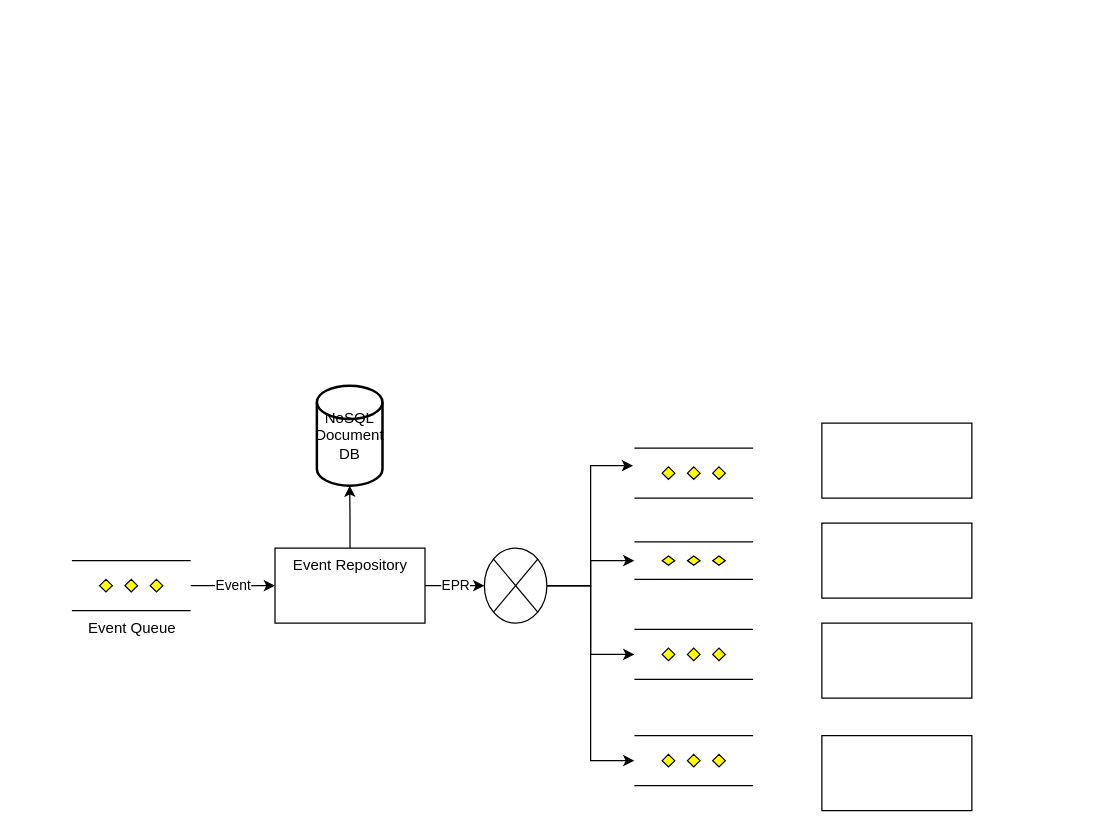
tripathiparitosh/mytestproj keeps this draw.io diagram as page "Page-1" (1 of 2) of Untitled Diagram.drawio. Above is the earlier version. Source tidied: cells renumbered, new cells numbered last; positions are measured from the earlier drawing's top-left corner, leaving out a move shared by most shapes. Both pictures are drawn from the tidied source at 125%, with x=0, y=0 at pixel (71, 385).
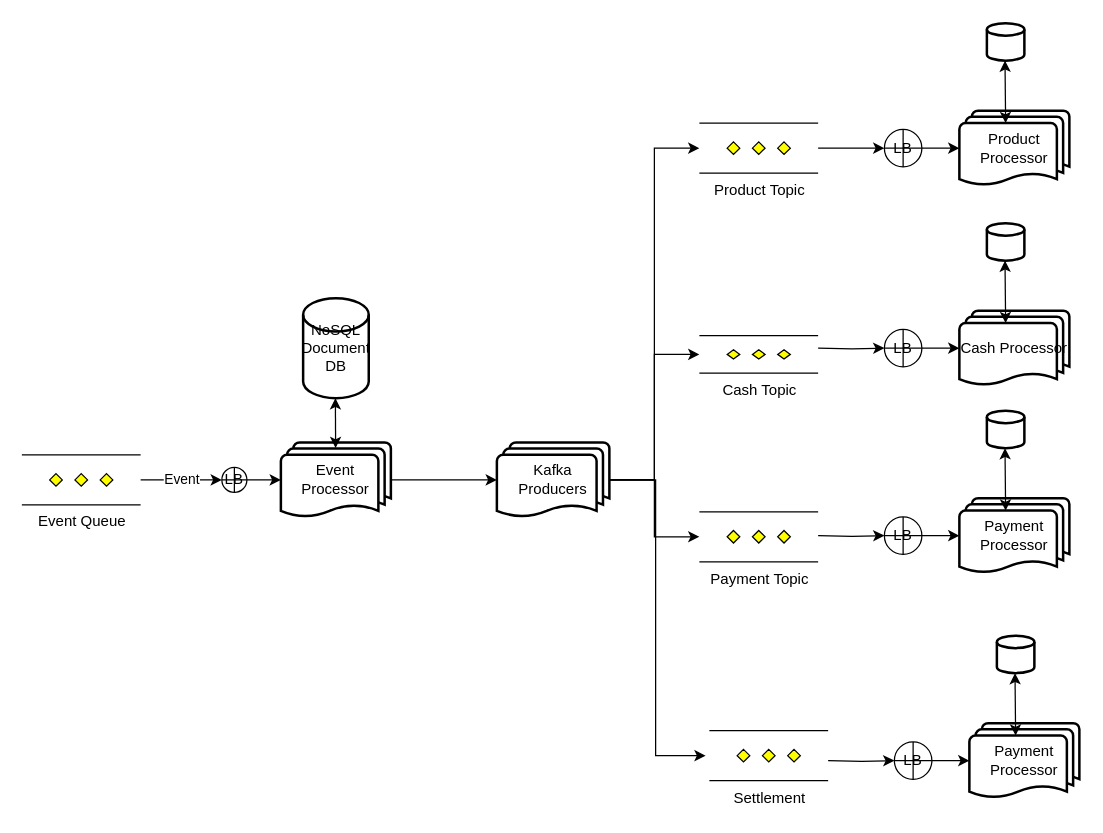
The same diagram, later.

What changed in the source:
```diff
@@
-    <mxCell id="2" value="Event" style="edgeStyle=orthogonalEdgeStyle;rounded=0;jettySize=auto;html=1;" parent="1" edge="1" source="3" target="6">
+    <mxCell id="2" value="Event" style="edgeStyle=orthogonalEdgeStyle;rounded=0;jettySize=auto;html=1;exitX=1;exitY=0.5;exitDx=0;exitDy=0;exitPerimeter=0;entryX=0;entryY=0.5;entryDx=0;entryDy=0;" parent="1" edge="1" source="3" target="29">
       <mxGeometry relative="1" as="geometry" />
     </mxCell>
     <mxCell id="3" value="Event Queue" style="verticalLabelPosition=bottom;verticalAlign=top;html=1;shape=mxgraph.flowchart.parallel_mode;" parent="1" vertex="1">
-      <mxGeometry y="140" width="95" height="40" as="geometry" />
+      <mxGeometry x="-40" y="55.4" width="95" height="40" as="geometry" />
     </mxCell>
-    <mxCell id="4" style="edgeStyle=orthogonalEdgeStyle;rounded=0;jettySize=auto;html=1;entryX=0.5;entryY=1;entryDx=0;entryDy=0;entryPerimeter=0;" parent="1" edge="1" source="6" target="7">
-      <mxGeometry relative="1" as="geometry" />
-    </mxCell>
-    <mxCell id="5" value="EPR" style="edgeStyle=orthogonalEdgeStyle;rounded=0;jettySize=auto;html=1;exitX=1;exitY=0.5;exitDx=0;exitDy=0;entryX=0;entryY=0.5;entryDx=0;entryDy=0;entryPerimeter=0;" parent="1" edge="1" source="6" target="12">
-      <mxGeometry relative="1" as="geometry" />
-    </mxCell>
-    <mxCell id="6" value="Event Repository" style="whiteSpace=wrap;html=1;verticalAlign=top;" parent="1" vertex="1">
-      <mxGeometry x="162.5" y="130" width="120" height="60" as="geometry" />
-    </mxCell>
     <mxCell id="7" value="NoSQL Document DB" style="strokeWidth=2;html=1;shape=mxgraph.flowchart.database;whiteSpace=wrap;" parent="1" vertex="1">
-      <mxGeometry x="196" width="52.5" height="80" as="geometry" />
+      <mxGeometry x="185" y="-70" width="52.5" height="80" as="geometry" />
     </mxCell>
-    <mxCell id="8" style="edgeStyle=orthogonalEdgeStyle;rounded=0;jettySize=auto;html=1;entryX=-0.011;entryY=0.35;entryDx=0;entryDy=0;entryPerimeter=0;" parent="1" edge="1" source="12" target="13">
-      <mxGeometry relative="1" as="geometry" />
-    </mxCell>
-    <mxCell id="9" style="edgeStyle=orthogonalEdgeStyle;rounded=0;jettySize=auto;html=1;entryX=0;entryY=0.5;entryDx=0;entryDy=0;entryPerimeter=0;" parent="1" edge="1" source="12" target="14">
-      <mxGeometry relative="1" as="geometry" />
-    </mxCell>
-    <mxCell id="10" style="edgeStyle=orthogonalEdgeStyle;rounded=0;jettySize=auto;html=1;entryX=0;entryY=0.5;entryDx=0;entryDy=0;entryPerimeter=0;" parent="1" edge="1" source="12" target="15">
-      <mxGeometry relative="1" as="geometry" />
-    </mxCell>
-    <mxCell id="11" style="edgeStyle=orthogonalEdgeStyle;rounded=0;jettySize=auto;html=1;entryX=0;entryY=0.5;entryDx=0;entryDy=0;entryPerimeter=0;" parent="1" edge="1" source="12" target="16">
-      <mxGeometry relative="1" as="geometry" />
-    </mxCell>
-    <mxCell id="12" style="verticalLabelPosition=bottom;verticalAlign=top;html=1;shape=mxgraph.flowchart.or;" parent="1" vertex="1">
-      <mxGeometry x="330" y="130" width="50" height="60" as="geometry" />
-    </mxCell>
+    <mxCell id="21" style="edgeStyle=orthogonalEdgeStyle;rounded=0;jettySize=auto;html=1;exitX=1;exitY=0.5;exitDx=0;exitDy=0;exitPerimeter=0;" parent="1" edge="1" source="13" target="36">
+      <mxGeometry relative="1" as="geometry" />
+    </mxCell>
-    <mxCell id="13" style="verticalLabelPosition=bottom;verticalAlign=top;html=1;shape=mxgraph.flowchart.parallel_mode;" parent="1" vertex="1">
-      <mxGeometry x="450" y="50" width="95" height="40" as="geometry" />
+    <mxCell id="13" value="Product Topic" style="verticalLabelPosition=bottom;verticalAlign=top;html=1;shape=mxgraph.flowchart.parallel_mode;" parent="1" vertex="1">
+      <mxGeometry x="502" y="-210" width="95" height="40" as="geometry" />
     </mxCell>
-    <mxCell id="14" style="verticalLabelPosition=bottom;verticalAlign=top;html=1;shape=mxgraph.flowchart.parallel_mode;" parent="1" vertex="1">
-      <mxGeometry x="450" y="125" width="95" height="30" as="geometry" />
+    <mxCell id="14" value="Cash Topic" style="verticalLabelPosition=bottom;verticalAlign=top;html=1;shape=mxgraph.flowchart.parallel_mode;" parent="1" vertex="1">
+      <mxGeometry x="502" y="-40" width="95" height="30" as="geometry" />
     </mxCell>
-    <mxCell id="15" style="verticalLabelPosition=bottom;verticalAlign=top;html=1;shape=mxgraph.flowchart.parallel_mode;" parent="1" vertex="1">
-      <mxGeometry x="450" y="195" width="95" height="40" as="geometry" />
+    <mxCell id="15" value="Payment Topic" style="verticalLabelPosition=bottom;verticalAlign=top;html=1;shape=mxgraph.flowchart.parallel_mode;" parent="1" vertex="1">
+      <mxGeometry x="502" y="100.9" width="95" height="40" as="geometry" />
     </mxCell>
-    <mxCell id="16" style="verticalLabelPosition=bottom;verticalAlign=top;html=1;shape=mxgraph.flowchart.parallel_mode;" parent="1" vertex="1">
-      <mxGeometry x="450" y="280" width="95" height="40" as="geometry" />
+    <mxCell id="16" value="Settlement" style="verticalLabelPosition=bottom;verticalAlign=top;html=1;shape=mxgraph.flowchart.parallel_mode;" parent="1" vertex="1">
+      <mxGeometry x="510" y="276" width="95" height="40" as="geometry" />
     </mxCell>
-    <mxCell id="17" style="verticalLabelPosition=bottom;verticalAlign=top;html=1;shape=mxgraph.basic.rect;fillColor2=none;strokeWidth=1;size=20;indent=5;" parent="1" vertex="1">
-      <mxGeometry x="600" y="30" width="120" height="60" as="geometry" />
-    </mxCell>
-    <mxCell id="18" style="verticalLabelPosition=bottom;verticalAlign=top;html=1;shape=mxgraph.basic.rect;fillColor2=none;strokeWidth=1;size=20;indent=5;" parent="1" vertex="1">
-      <mxGeometry x="600" y="110" width="120" height="60" as="geometry" />
-    </mxCell>
-    <mxCell id="19" style="verticalLabelPosition=bottom;verticalAlign=top;html=1;shape=mxgraph.basic.rect;fillColor2=none;strokeWidth=1;size=20;indent=5;" parent="1" vertex="1">
-      <mxGeometry x="600" y="190" width="120" height="60" as="geometry" />
-    </mxCell>
-    <mxCell id="20" style="verticalLabelPosition=bottom;verticalAlign=top;html=1;shape=mxgraph.basic.rect;fillColor2=none;strokeWidth=1;size=20;indent=5;" parent="1" vertex="1">
-      <mxGeometry x="600" y="280" width="120" height="60" as="geometry" />
-    </mxCell>
+    <mxCell id="22" style="edgeStyle=orthogonalEdgeStyle;rounded=0;jettySize=auto;html=1;entryX=0;entryY=0.5;entryDx=0;entryDy=0;entryPerimeter=0;" parent="1" edge="1" source="26" target="13">
+      <mxGeometry relative="1" as="geometry" />
+    </mxCell>
+    <mxCell id="23" style="edgeStyle=orthogonalEdgeStyle;rounded=0;jettySize=auto;html=1;entryX=0;entryY=0.5;entryDx=0;entryDy=0;entryPerimeter=0;" parent="1" edge="1" source="26" target="14">
+      <mxGeometry relative="1" as="geometry" />
+    </mxCell>
+    <mxCell id="24" style="edgeStyle=orthogonalEdgeStyle;rounded=0;jettySize=auto;html=1;exitX=1;exitY=0.5;exitDx=0;exitDy=0;exitPerimeter=0;entryX=0;entryY=0.5;entryDx=0;entryDy=0;entryPerimeter=0;" parent="1" edge="1" source="26" target="15">
+      <mxGeometry relative="1" as="geometry" />
+    </mxCell>
+    <mxCell id="25" style="edgeStyle=orthogonalEdgeStyle;rounded=0;orthogonalLoop=1;jettySize=auto;html=1;entryX=0;entryY=0.5;entryDx=0;entryDy=0;entryPerimeter=0;" parent="1" edge="1">
+      <mxGeometry relative="1" as="geometry">
+        <mxPoint x="427" y="75.4" as="sourcePoint" />
+        <mxPoint x="507" y="296" as="targetPoint" />
+        <Array as="points">
+          <mxPoint x="467" y="75" />
+          <mxPoint x="467" y="296" />
+        </Array>
+      </mxGeometry>
+    </mxCell>
+    <mxCell id="26" value="Kafka Producers" style="strokeWidth=2;html=1;shape=mxgraph.flowchart.multi-document;whiteSpace=wrap;" parent="1" vertex="1">
+      <mxGeometry x="340" y="45.4" width="90" height="60" as="geometry" />
+    </mxCell>
+    <mxCell id="27" style="strokeWidth=2;html=1;shape=mxgraph.flowchart.database;whiteSpace=wrap;" parent="1" vertex="1">
+      <mxGeometry x="732" y="-290" width="30" height="30" as="geometry" />
+    </mxCell>
+    <mxCell id="28" style="edgeStyle=orthogonalEdgeStyle;rounded=0;jettySize=auto;html=1;entryX=0;entryY=0.5;entryDx=0;entryDy=0;entryPerimeter=0;" parent="1" edge="1" source="29" target="31">
+      <mxGeometry relative="1" as="geometry" />
+    </mxCell>
+    <mxCell id="29" value="LB" style="shape=orEllipse;perimeter=ellipsePerimeter;whiteSpace=wrap;html=1;backgroundOutline=1;" parent="1" vertex="1">
+      <mxGeometry x="120" y="65.4" width="20" height="20" as="geometry" />
+    </mxCell>
+    <mxCell id="30" style="edgeStyle=orthogonalEdgeStyle;rounded=0;jettySize=auto;html=1;entryX=0;entryY=0.5;entryDx=0;entryDy=0;entryPerimeter=0;" parent="1" edge="1" source="31" target="26">
+      <mxGeometry relative="1" as="geometry" />
+    </mxCell>
+    <mxCell id="31" value="Event Processor" style="strokeWidth=2;html=1;shape=mxgraph.flowchart.multi-document;whiteSpace=wrap;" parent="1" vertex="1">
+      <mxGeometry x="167.2" y="45.4" width="88" height="60" as="geometry" />
+    </mxCell>
+    <mxCell id="32" value="Product Processor" style="strokeWidth=2;html=1;shape=mxgraph.flowchart.multi-document;whiteSpace=wrap;" parent="1" vertex="1">
+      <mxGeometry x="710" y="-220" width="88" height="60" as="geometry" />
+    </mxCell>
+    <mxCell id="33" style="endArrow=classic;startArrow=classic;html=1;" parent="1" edge="1">
+      <mxGeometry relative="1" as="geometry">
+        <mxPoint x="211" y="50" as="sourcePoint" />
+        <mxPoint x="210.8" y="10" as="targetPoint" />
+      </mxGeometry>
+    </mxCell>
+    <mxCell id="34" style="endArrow=classic;startArrow=classic;html=1;" parent="1" edge="1">
+      <mxGeometry relative="1" as="geometry">
+        <mxPoint x="747" y="-210" as="sourcePoint" />
+        <mxPoint x="746.5" y="-260" as="targetPoint" />
+      </mxGeometry>
+    </mxCell>
+    <mxCell id="35" style="edgeStyle=orthogonalEdgeStyle;rounded=0;jettySize=auto;html=1;exitX=1;exitY=0.5;exitDx=0;exitDy=0;entryX=0;entryY=0.5;entryDx=0;entryDy=0;entryPerimeter=0;" parent="1" edge="1" source="36" target="32">
+      <mxGeometry relative="1" as="geometry" />
+    </mxCell>
+    <mxCell id="36" value="LB" style="shape=orEllipse;perimeter=ellipsePerimeter;whiteSpace=wrap;html=1;backgroundOutline=1;" parent="1" vertex="1">
+      <mxGeometry x="650" y="-205" width="30" height="30" as="geometry" />
+    </mxCell>
+    <mxCell id="37" style="edgeStyle=orthogonalEdgeStyle;rounded=0;jettySize=auto;html=1;exitX=1;exitY=0.5;exitDx=0;exitDy=0;exitPerimeter=0;" parent="1" edge="1" target="42">
+      <mxGeometry relative="1" as="geometry">
+        <mxPoint x="597" y="-30" as="sourcePoint" />
+      </mxGeometry>
+    </mxCell>
+    <mxCell id="38" style="strokeWidth=2;html=1;shape=mxgraph.flowchart.database;whiteSpace=wrap;" parent="1" vertex="1">
+      <mxGeometry x="732" y="-130" width="30" height="30" as="geometry" />
+    </mxCell>
+    <mxCell id="39" value="Cash Processor" style="strokeWidth=2;html=1;shape=mxgraph.flowchart.multi-document;whiteSpace=wrap;" parent="1" vertex="1">
+      <mxGeometry x="710" y="-60" width="88" height="60" as="geometry" />
+    </mxCell>
+    <mxCell id="40" style="endArrow=classic;startArrow=classic;html=1;" parent="1" edge="1">
+      <mxGeometry relative="1" as="geometry">
+        <mxPoint x="747" y="-50" as="sourcePoint" />
+        <mxPoint x="746.5" y="-100" as="targetPoint" />
+      </mxGeometry>
+    </mxCell>
+    <mxCell id="41" style="edgeStyle=orthogonalEdgeStyle;rounded=0;jettySize=auto;html=1;exitX=1;exitY=0.5;exitDx=0;exitDy=0;entryX=0;entryY=0.5;entryDx=0;entryDy=0;entryPerimeter=0;" parent="1" edge="1" source="42" target="39">
+      <mxGeometry relative="1" as="geometry" />
+    </mxCell>
+    <mxCell id="42" value="LB" style="shape=orEllipse;perimeter=ellipsePerimeter;whiteSpace=wrap;html=1;backgroundOutline=1;" parent="1" vertex="1">
+      <mxGeometry x="650" y="-45" width="30" height="30" as="geometry" />
+    </mxCell>
+    <mxCell id="43" style="edgeStyle=orthogonalEdgeStyle;rounded=0;jettySize=auto;html=1;exitX=1;exitY=0.5;exitDx=0;exitDy=0;exitPerimeter=0;" parent="1" edge="1" target="48">
+      <mxGeometry relative="1" as="geometry">
+        <mxPoint x="597" y="120" as="sourcePoint" />
+      </mxGeometry>
+    </mxCell>
+    <mxCell id="44" style="strokeWidth=2;html=1;shape=mxgraph.flowchart.database;whiteSpace=wrap;" parent="1" vertex="1">
+      <mxGeometry x="732" y="20" width="30" height="30" as="geometry" />
+    </mxCell>
+    <mxCell id="45" value="Payment Processor" style="strokeWidth=2;html=1;shape=mxgraph.flowchart.multi-document;whiteSpace=wrap;" parent="1" vertex="1">
+      <mxGeometry x="710" y="90" width="88" height="60" as="geometry" />
+    </mxCell>
+    <mxCell id="46" style="endArrow=classic;startArrow=classic;html=1;" parent="1" edge="1">
+      <mxGeometry relative="1" as="geometry">
+        <mxPoint x="747" y="100" as="sourcePoint" />
+        <mxPoint x="746.5" y="50" as="targetPoint" />
+      </mxGeometry>
+    </mxCell>
+    <mxCell id="47" style="edgeStyle=orthogonalEdgeStyle;rounded=0;jettySize=auto;html=1;exitX=1;exitY=0.5;exitDx=0;exitDy=0;entryX=0;entryY=0.5;entryDx=0;entryDy=0;entryPerimeter=0;" parent="1" edge="1" source="48" target="45">
+      <mxGeometry relative="1" as="geometry" />
+    </mxCell>
+    <mxCell id="48" value="LB" style="shape=orEllipse;perimeter=ellipsePerimeter;whiteSpace=wrap;html=1;backgroundOutline=1;" parent="1" vertex="1">
+      <mxGeometry x="650" y="105" width="30" height="30" as="geometry" />
+    </mxCell>
+    <mxCell id="49" style="edgeStyle=orthogonalEdgeStyle;rounded=0;jettySize=auto;html=1;exitX=1;exitY=0.5;exitDx=0;exitDy=0;exitPerimeter=0;" parent="1" edge="1" target="54">
+      <mxGeometry relative="1" as="geometry">
+        <mxPoint x="605" y="300" as="sourcePoint" />
+      </mxGeometry>
+    </mxCell>
+    <mxCell id="50" style="strokeWidth=2;html=1;shape=mxgraph.flowchart.database;whiteSpace=wrap;" parent="1" vertex="1">
+      <mxGeometry x="740" y="200" width="30" height="30" as="geometry" />
+    </mxCell>
+    <mxCell id="51" value="Payment Processor" style="strokeWidth=2;html=1;shape=mxgraph.flowchart.multi-document;whiteSpace=wrap;" parent="1" vertex="1">
+      <mxGeometry x="718" y="270" width="88" height="60" as="geometry" />
+    </mxCell>
+    <mxCell id="52" style="endArrow=classic;startArrow=classic;html=1;" parent="1" edge="1">
+      <mxGeometry relative="1" as="geometry">
+        <mxPoint x="755" y="280" as="sourcePoint" />
+        <mxPoint x="754.5" y="230" as="targetPoint" />
+      </mxGeometry>
+    </mxCell>
+    <mxCell id="53" style="edgeStyle=orthogonalEdgeStyle;rounded=0;jettySize=auto;html=1;exitX=1;exitY=0.5;exitDx=0;exitDy=0;entryX=0;entryY=0.5;entryDx=0;entryDy=0;entryPerimeter=0;" parent="1" edge="1" source="54" target="51">
+      <mxGeometry relative="1" as="geometry" />
+    </mxCell>
+    <mxCell id="54" value="LB" style="shape=orEllipse;perimeter=ellipsePerimeter;whiteSpace=wrap;html=1;backgroundOutline=1;" parent="1" vertex="1">
+      <mxGeometry x="658" y="285" width="30" height="30" as="geometry" />
+    </mxCell>
```
